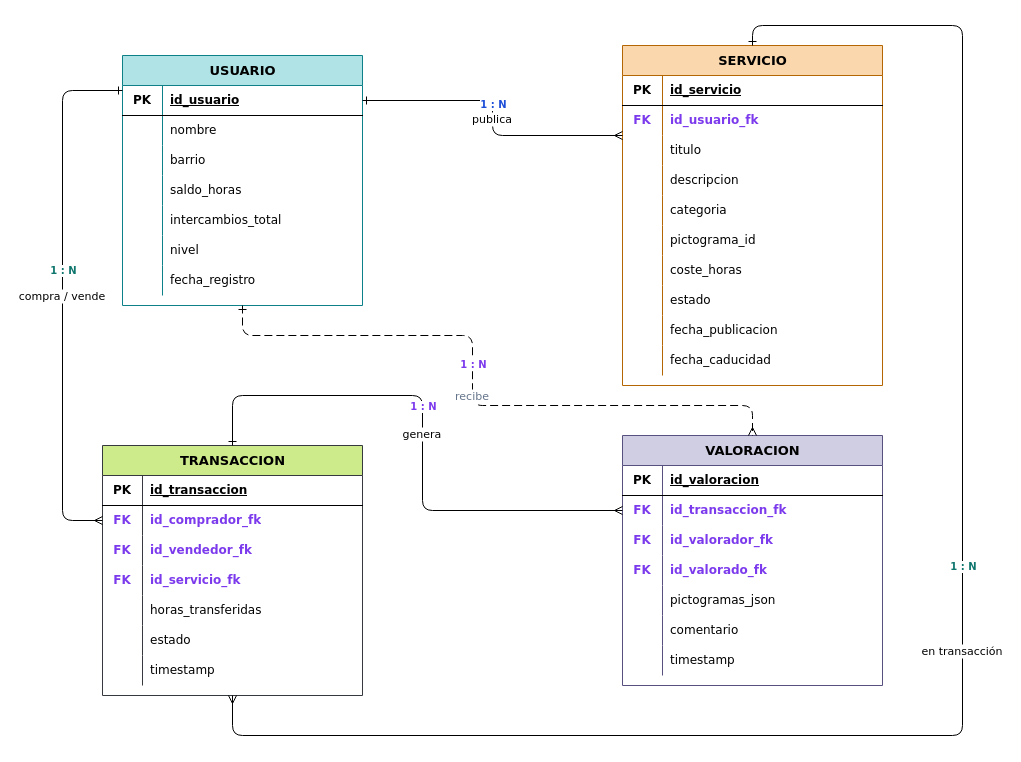
Above: Docu_TFG/Diagrama_E-R.drawio in Dasbas23/VecindApp (draw.io), before the change. Source tidied: cells renumbered, new cells numbered last; positions are measured from the earlier drawing's top-left corner, leaving out a move shared by most shapes. Both pictures are drawn from the tidied source at 100%, with x=0, y=0 at pixel (62, 25).
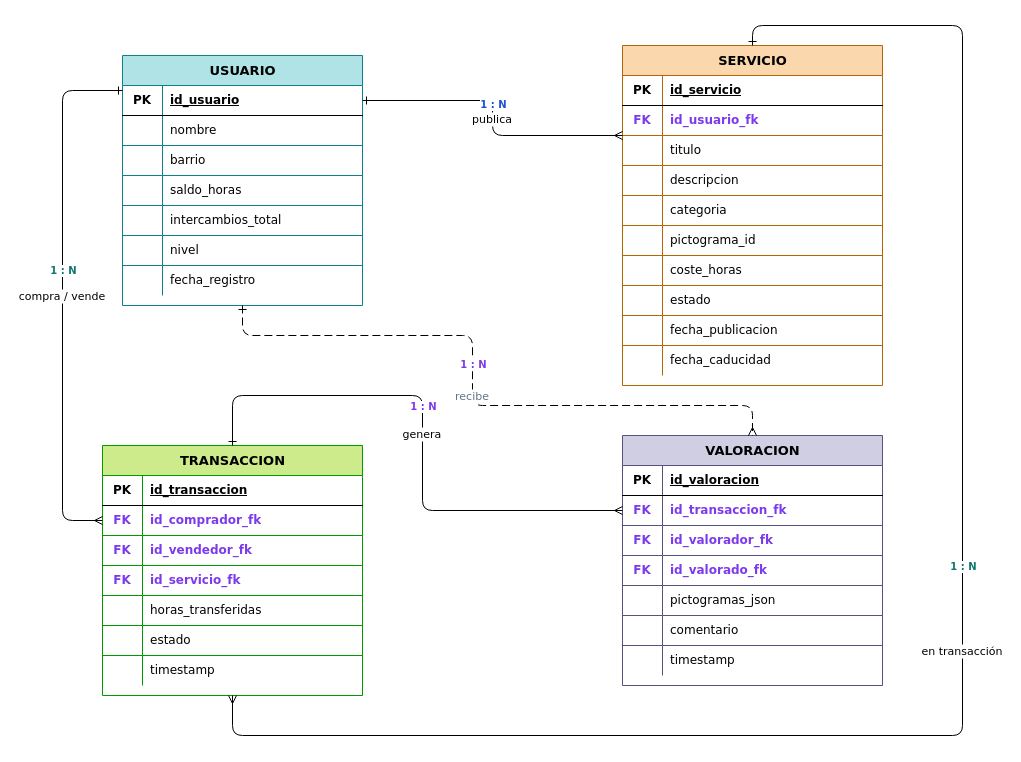
After the change.

Commit message (it also covers changes not shown here):
Crear diagrama de clases. [Hacer limpieza porque hay duplicados]

Change to the diagram source:
```diff
@@
-    <mxCell id="2" value="USUARIO" style="shape=table;startSize=30;childLayout=tableLayout;rowLines=0;fontStyle=1;align=center;html=1;fillColor=#b0e3e6;strokeColor=#0e8088;fontSize=13;fontFamily=Verdana;perimeter=rectanglePerimeter;" parent="1" vertex="1">
+    <mxCell id="2" value="USUARIO" style="shape=table;startSize=30;childLayout=tableLayout;rowLines=1;fontStyle=1;align=center;html=1;fillColor=#b0e3e6;strokeColor=#0e8088;fontSize=13;fontFamily=Verdana;perimeter=rectanglePerimeter;fillStyle=auto;swimlaneFillColor=default;" parent="1" vertex="1">
       <mxGeometry x="60" y="30" width="240" height="250" as="geometry" />
     </mxCell>
@@
-    <mxCell id="24" value="SERVICIO" style="shape=table;startSize=30;childLayout=tableLayout;rowLines=0;fontStyle=1;align=center;html=1;fillColor=#fad7ac;strokeColor=#b46504;fontSize=13;fontFamily=Verdana;shadow=0;columnLines=1;" parent="1" vertex="1">
+    <mxCell id="24" value="SERVICIO" style="shape=table;startSize=30;childLayout=tableLayout;rowLines=1;fontStyle=1;align=center;html=1;fillColor=#fad7ac;strokeColor=#b46504;fontSize=13;fontFamily=Verdana;shadow=0;columnLines=1;" parent="1" vertex="1">
       <mxGeometry x="560" y="20" width="260" height="340" as="geometry" />
     </mxCell>
@@
-    <mxCell id="55" value="TRANSACCION" style="shape=table;startSize=30;childLayout=tableLayout;rowLines=0;fontStyle=1;align=center;html=1;fillColor=#cdeb8b;strokeColor=#36393d;fontSize=13;fontFamily=Verdana;" parent="1" vertex="1">
+    <mxCell id="55" value="TRANSACCION" style="shape=table;startSize=30;childLayout=tableLayout;rowLines=1;fontStyle=1;align=center;html=1;fillColor=#cdeb8b;strokeColor=#009900;fontSize=13;fontFamily=Verdana;" parent="1" vertex="1">
       <mxGeometry x="40" y="420" width="260" height="250" as="geometry" />
     </mxCell>
@@
-    <mxCell id="77" value="VALORACION" style="shape=table;startSize=30;childLayout=tableLayout;rowLines=0;fontStyle=1;align=center;html=1;fillColor=#d0cee2;strokeColor=#56517e;fontSize=13;fontFamily=Verdana;noLabel=0;" parent="1" vertex="1">
+    <mxCell id="77" value="VALORACION" style="shape=table;startSize=30;childLayout=tableLayout;rowLines=1;fontStyle=1;align=center;html=1;fillColor=#d0cee2;strokeColor=#56517e;fontSize=13;fontFamily=Verdana;noLabel=0;" parent="1" vertex="1">
       <mxGeometry x="560" y="410" width="260" height="250" as="geometry" />
     </mxCell>
```
